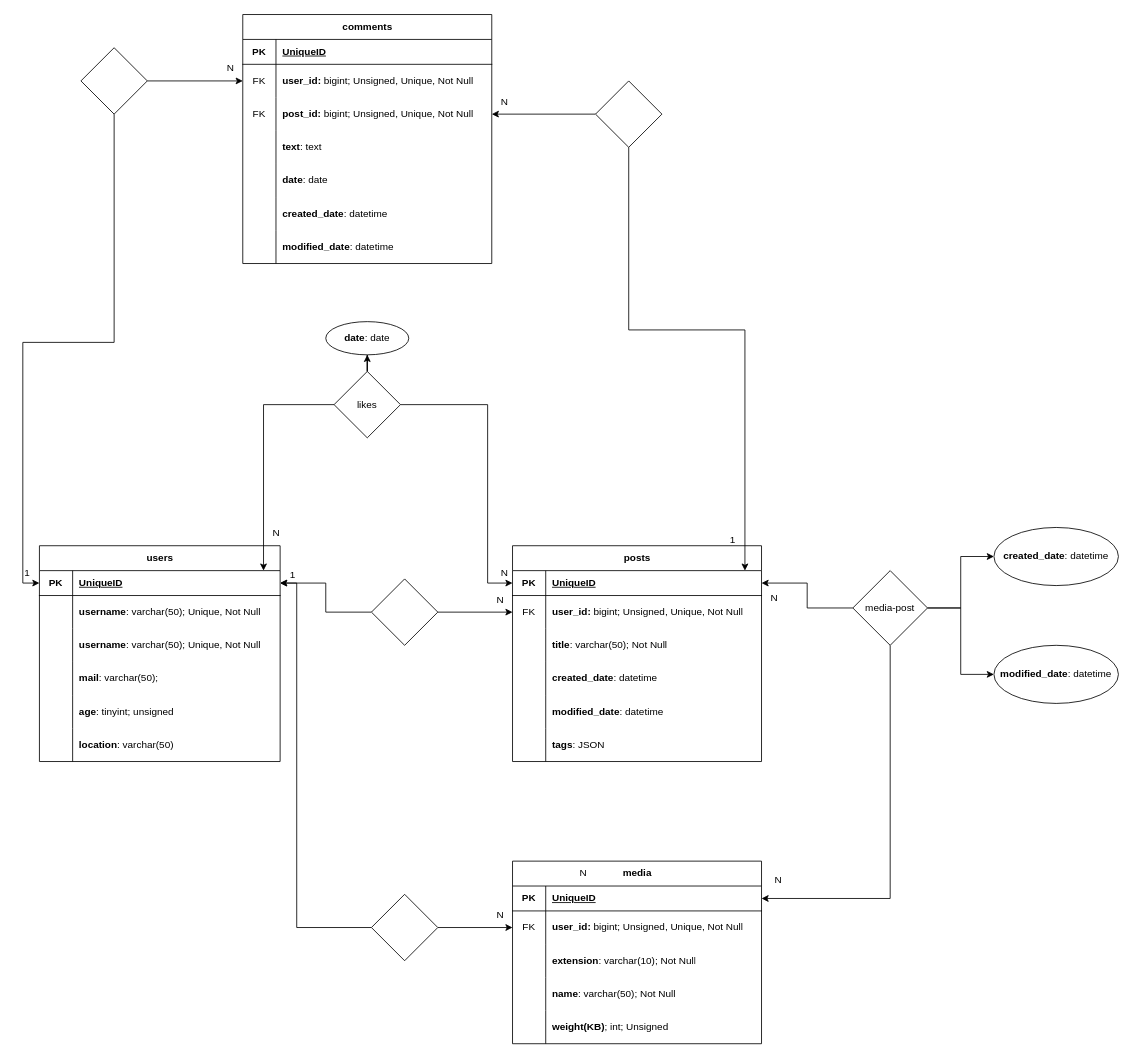
giogiosgr/social-platform keeps this draw.io diagram as social-platform.drawio. Above is the earlier version. Source tidied: cells renumbered, new cells numbered last; positions are measured from the earlier drawing's top-left corner, leaving out a move shared by most shapes. Both pictures are drawn from the tidied source at 83%, with x=0, y=0 at pixel (14, 14).
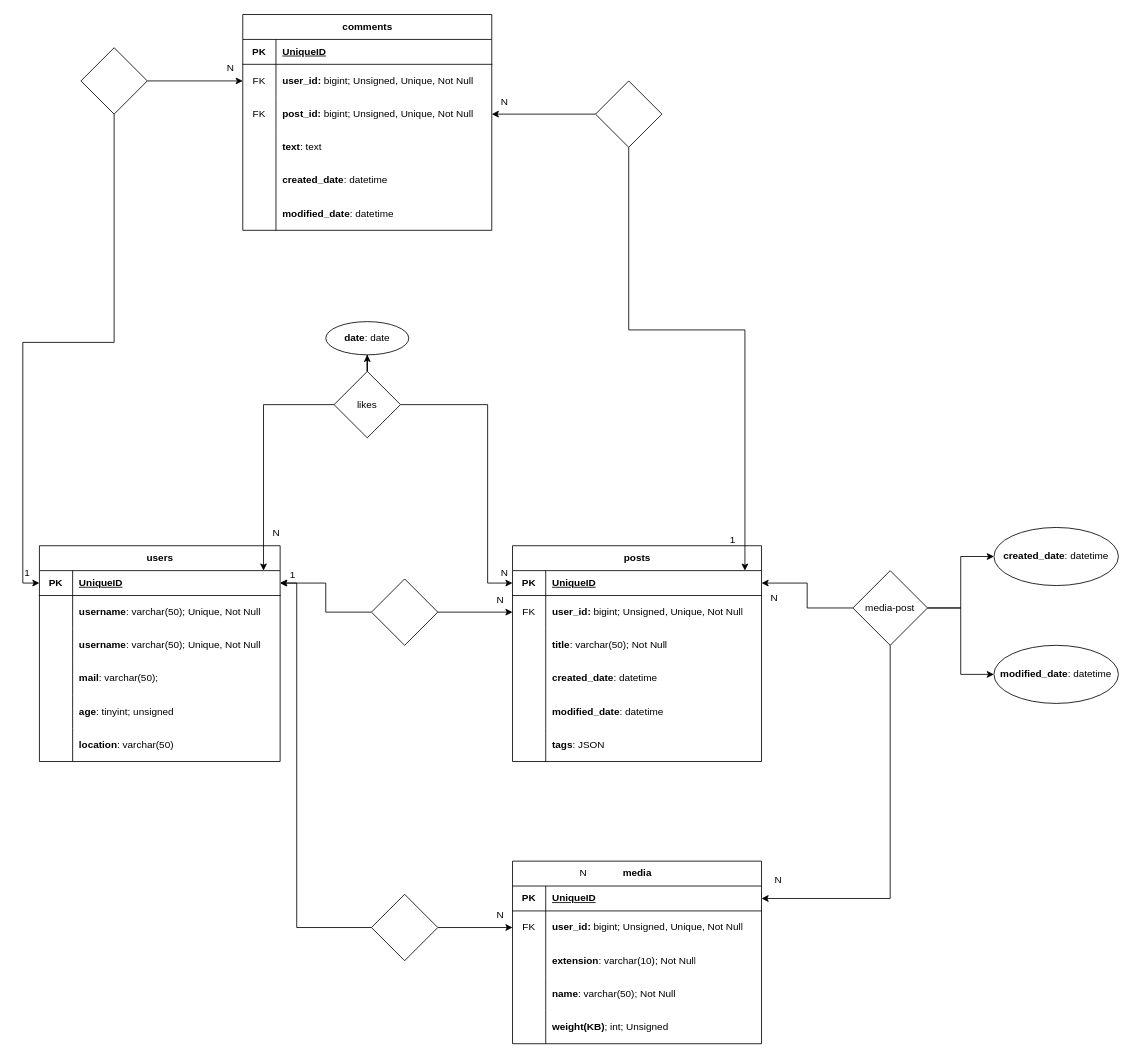
After the change.

Diff of the diagram source:
```diff
@@
     <mxCell id="67" value="comments" style="shape=table;startSize=30;childLayout=tableLayout;rowLines=0;fontStyle=1;align=center;html=1;" parent="1" vertex="1">
-      <mxGeometry x="275" width="300" height="300" as="geometry" />
+      <mxGeometry x="275" width="300" height="260" as="geometry" />
     </mxCell>
@@
-    <mxCell id="80" style="shape=tableRow;horizontal=0;startSize=0;swimlaneHead=0;swimlaneBody=0;fillColor=none;top=0;left=0;right=0;bottom=0;" parent="67" vertex="1">
-      <mxGeometry y="180" width="300" height="40" as="geometry" />
-    </mxCell>
-    <mxCell id="81" style="shape=partialRectangle;fillColor=none;top=0;left=0;bottom=0;right=0;overflow=hidden;whiteSpace=wrap;html=1;" parent="80" vertex="1">
-      <mxGeometry width="40" height="40" as="geometry" />
-    </mxCell>
-    <mxCell id="82" value="&lt;b&gt;date&lt;/b&gt;: date&amp;nbsp; &amp;nbsp;" style="shape=partialRectangle;fillColor=none;top=0;left=0;bottom=0;right=0;align=left;spacingLeft=6;overflow=hidden;whiteSpace=wrap;html=1;" parent="80" vertex="1">
-      <mxGeometry x="40" width="260" height="40" as="geometry" />
-    </mxCell>
     <mxCell id="83" style="shape=tableRow;horizontal=0;startSize=0;swimlaneHead=0;swimlaneBody=0;fillColor=none;top=0;left=0;right=0;bottom=0;" parent="67" vertex="1">
-      <mxGeometry y="220" width="300" height="40" as="geometry" />
+      <mxGeometry y="180" width="300" height="40" as="geometry" />
     </mxCell>
@@
     <mxCell id="86" style="shape=tableRow;horizontal=0;startSize=0;swimlaneHead=0;swimlaneBody=0;fillColor=none;top=0;left=0;right=0;bottom=0;" parent="67" vertex="1">
-      <mxGeometry y="260" width="300" height="40" as="geometry" />
+      <mxGeometry y="220" width="300" height="40" as="geometry" />
     </mxCell>
```
